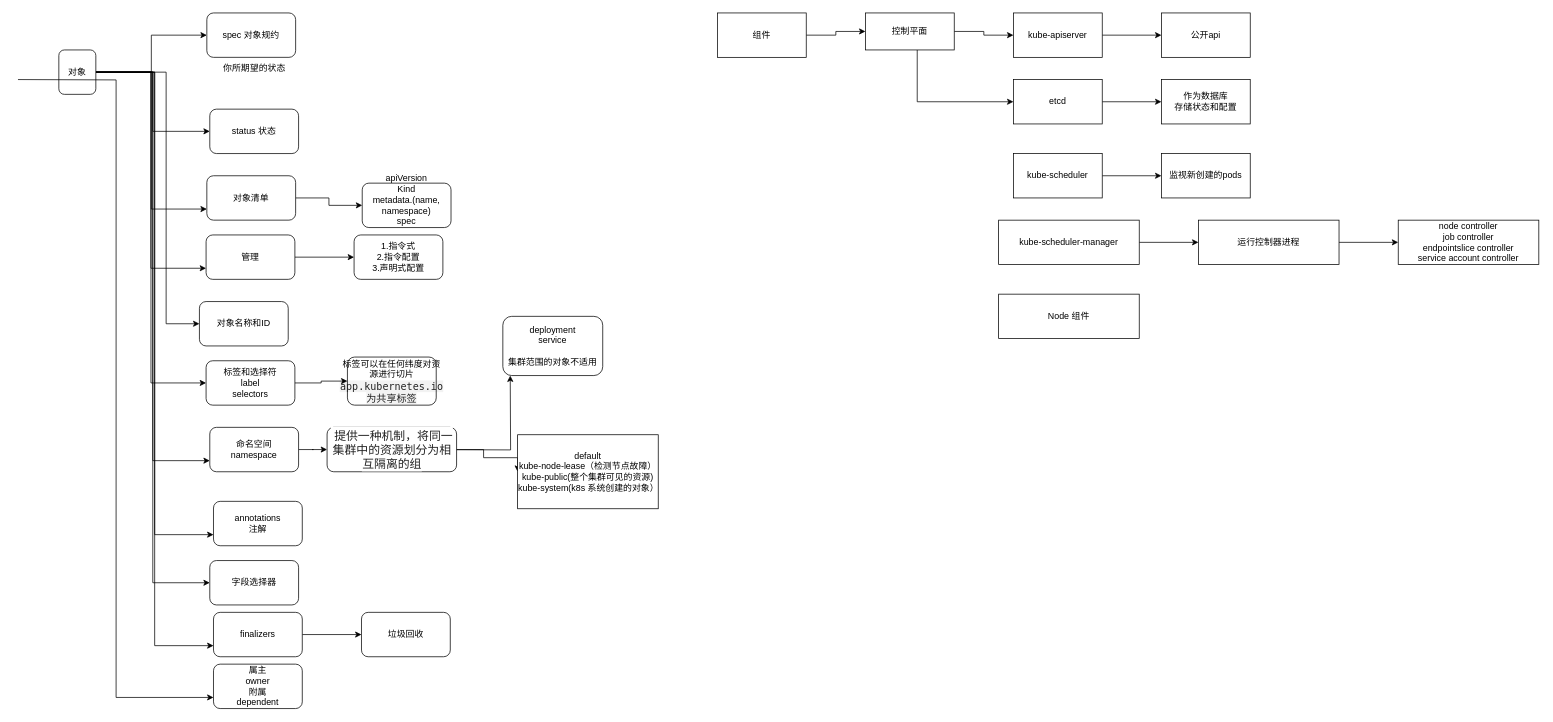
Before: k8s.drawio in onlyonedaniel/wiki, a draw.io diagram. Source tidied: cells renumbered, new cells numbered last; positions are measured from the earlier drawing's top-left corner, leaving out a move shared by most shapes. Both pictures are drawn from the tidied source at 74%, with x=0, y=0 at pixel (18, 13).
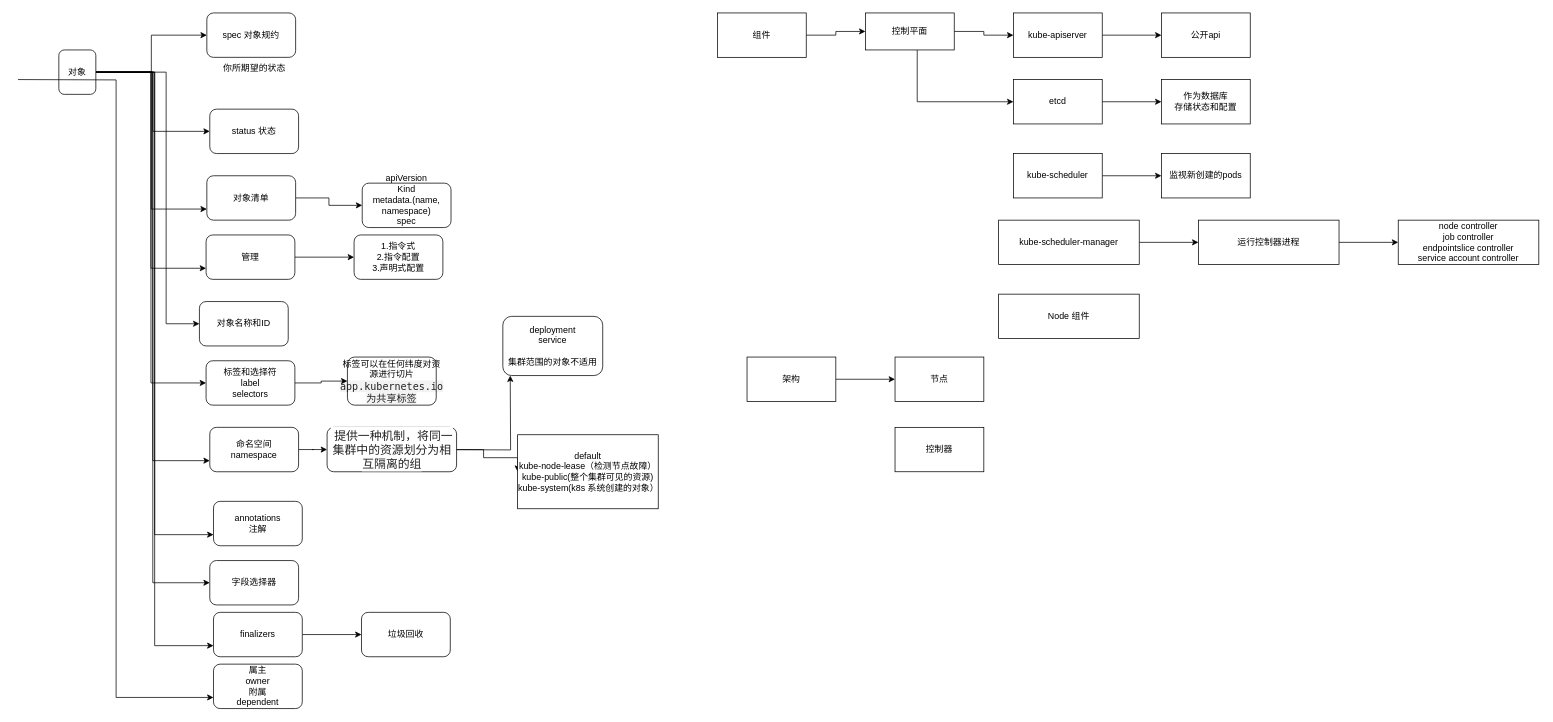
The same diagram, later.

Diff of the diagram source:
```diff
@@
+    <mxCell id="60" style="edgeStyle=orthogonalEdgeStyle;rounded=0;jettySize=auto;html=1;" parent="1" edge="1" source="61" target="62">
+      <mxGeometry relative="1" as="geometry" />
+    </mxCell>
+    <mxCell id="61" value="架构" style="whiteSpace=wrap;html=1;" parent="1" vertex="1">
+      <mxGeometry x="985" y="465" width="120" height="60" as="geometry" />
+    </mxCell>
+    <mxCell id="62" value="节点" style="whiteSpace=wrap;html=1;" parent="1" vertex="1">
+      <mxGeometry x="1185" y="465" width="120" height="60" as="geometry" />
+    </mxCell>
+    <mxCell id="63" value="控制器" style="whiteSpace=wrap;html=1;" parent="1" vertex="1">
+      <mxGeometry x="1185" y="560" width="120" height="60" as="geometry" />
+    </mxCell>
```
